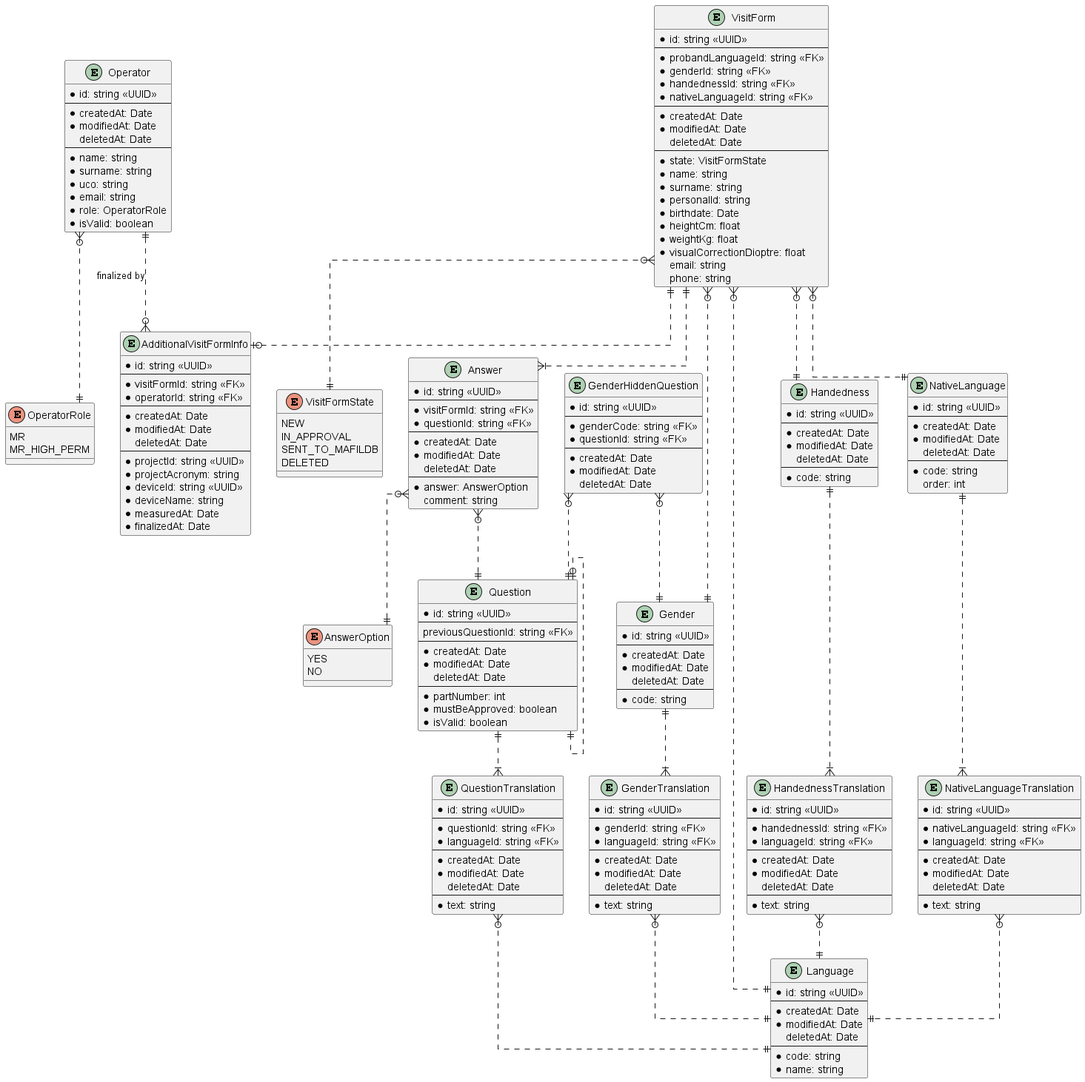
Earlier version of the PlantUML export docs/ERD.png (lukas-kratochvil/mafil-proband-safety-questionnaire).
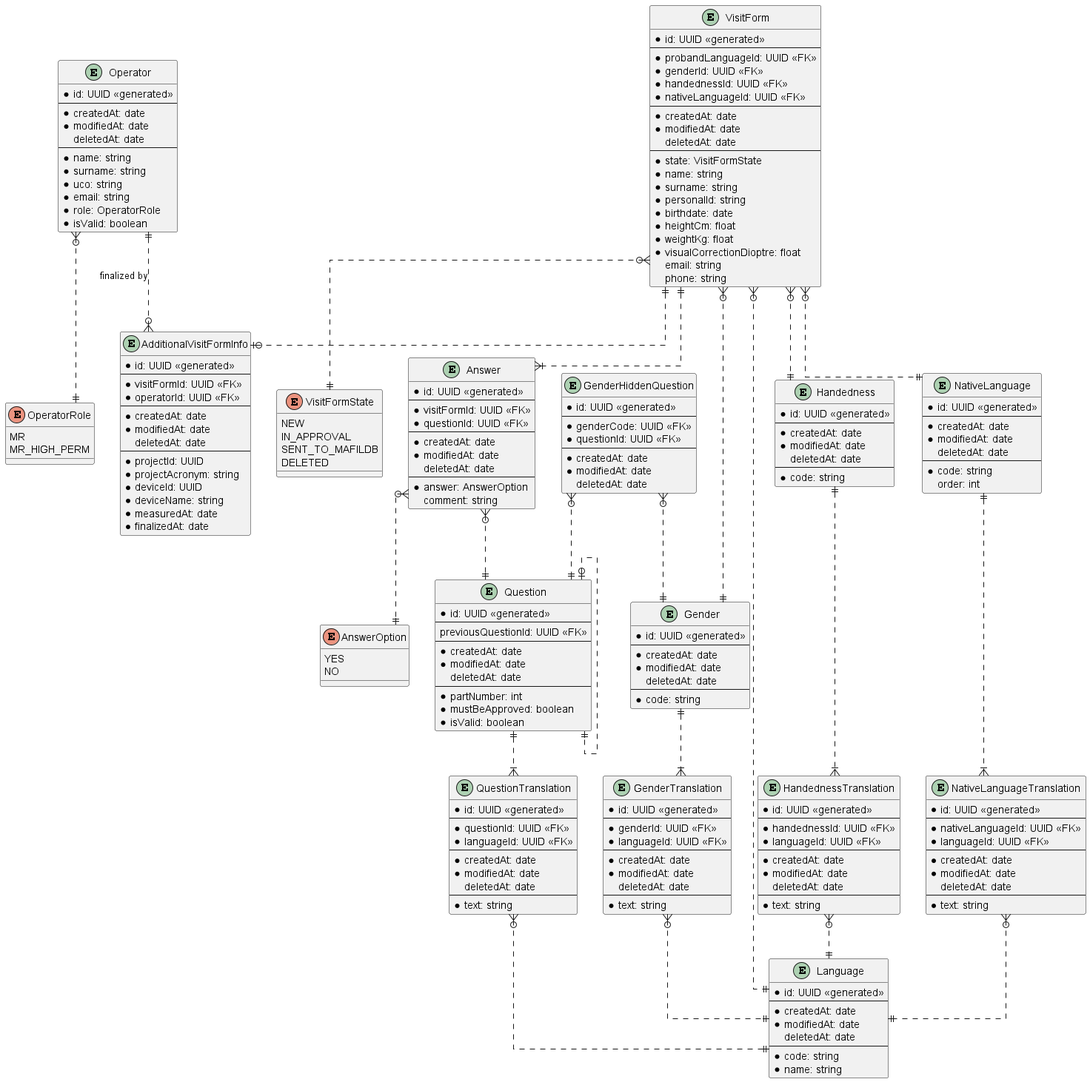
Above is the later version.

Commit message:
feat: corrected ERD attributes types

Diff of the diagram source:
```diff
@@ -1,13 +1,13 @@
-@startuml ProbandSafetyQuestionnaire
+@startuml ERD
 
 skinparam linetype ortho
 
 entity Operator {
-  * id: string <<UUID>>
+  * id: UUID <<generated>>
   ---
-  * createdAt: Date
-  * modifiedAt: Date
-  deletedAt: Date
+  * createdAt: date
+  * modifiedAt: date
+  deletedAt: date
   ---
   * name: string
   * surname: string
@@ -23,22 +23,22 @@
 }
 
 entity VisitForm {
-  * id: string <<UUID>>
+  * id: UUID <<generated>>
   ---
-  * probandLanguageId: string <<FK>>
-  * genderId: string <<FK>>
-  * handednessId: string <<FK>>
-  * nativeLanguageId: string <<FK>>
+  * probandLanguageId: UUID <<FK>>
+  * genderId: UUID <<FK>>
+  * handednessId: UUID <<FK>>
+  * nativeLanguageId: UUID <<FK>>
   ---
-  * createdAt: Date
-  * modifiedAt: Date
-  deletedAt: Date
+  * createdAt: date
+  * modifiedAt: date
+  deletedAt: date
   ---
   * state: VisitFormState
   * name: string
   * surname: string
   * personalId: string
-  * birthdate: Date
+  * birthdate: date
   * heightCm: float
   * weightKg: float
   * visualCorrectionDioptre: float
@@ -54,21 +54,21 @@
 }
 
 entity AdditionalVisitFormInfo {
-  * id: string <<UUID>>
+  * id: UUID <<generated>>
   ---
-  * visitFormId: string <<FK>>
-  * operatorId: string <<FK>>
+  * visitFormId: UUID <<FK>>
+  * operatorId: UUID <<FK>>
   ---
-  * createdAt: Date
-  * modifiedAt: Date
-  deletedAt: Date
+  * createdAt: date
+  * modifiedAt: date
+  deletedAt: date
   ---
-  * projectId: string <<UUID>>
+  * projectId: UUID
   * projectAcronym: string
-  * deviceId: string <<UUID>>
+  * deviceId: UUID
   * deviceName: string
-  * measuredAt: Date
-  * finalizedAt: Date
+  * measuredAt: date
+  * finalizedAt: date
 }
 
 enum AnswerOption {
@@ -77,27 +77,27 @@
 }
 
 entity Answer {
-  * id: string <<UUID>>
+  * id: UUID <<generated>>
   ---
-  * visitFormId: string <<FK>>
-  * questionId: string <<FK>>
+  * visitFormId: UUID <<FK>>
+  * questionId: UUID <<FK>>
   ---
-  * createdAt: Date
-  * modifiedAt: Date
-  deletedAt: Date
+  * createdAt: date
+  * modifiedAt: date
+  deletedAt: date
   ---
   * answer: AnswerOption
   comment: string
 }
 
 entity Question {
-  * id: string <<UUID>>
+  * id: UUID <<generated>>
   ---
-  previousQuestionId: string <<FK>>
+  previousQuestionId: UUID <<FK>>
   ---
-  * createdAt: Date
-  * modifiedAt: Date
-  deletedAt: Date
+  * createdAt: date
+  * modifiedAt: date
+  deletedAt: date
   ---
   * partNumber: int
   * mustBeApproved: boolean
@@ -105,105 +105,105 @@
 }
 
 entity QuestionTranslation {
-  * id: string <<UUID>>
+  * id: UUID <<generated>>
   ---
-  * questionId: string <<FK>>
-  * languageId: string <<FK>>
+  * questionId: UUID <<FK>>
+  * languageId: UUID <<FK>>
   ---
-  * createdAt: Date
-  * modifiedAt: Date
-  deletedAt: Date
+  * createdAt: date
+  * modifiedAt: date
+  deletedAt: date
   ---
   * text: string
 }
 
 entity GenderHiddenQuestion {
-  * id: string <<UUID>>
+  * id: UUID <<generated>>
   ---
-  * genderCode: string <<FK>>
-  * questionId: string <<FK>>
+  * genderCode: UUID <<FK>>
+  * questionId: UUID <<FK>>
   ---
-  * createdAt: Date
-  * modifiedAt: Date
-  deletedAt: Date
+  * createdAt: date
+  * modifiedAt: date
+  deletedAt: date
 }
 
 entity Gender {
-  * id: string <<UUID>>
+  * id: UUID <<generated>>
   ---
-  * createdAt: Date
-  * modifiedAt: Date
-  deletedAt: Date
+  * createdAt: date
+  * modifiedAt: date
+  deletedAt: date
   ---
   * code: string
 }
 
 entity GenderTranslation {
-  * id: string <<UUID>>
+  * id: UUID <<generated>>
   ---
-  * genderId: string <<FK>>
-  * languageId: string <<FK>>
+  * genderId: UUID <<FK>>
+  * languageId: UUID <<FK>>
   ---
-  * createdAt: Date
-  * modifiedAt: Date
-  deletedAt: Date
+  * createdAt: date
+  * modifiedAt: date
+  deletedAt: date
   ---
   * text: string
 }
 
 entity Handedness {
-  * id: string <<UUID>>
+  * id: UUID <<generated>>
   ---
-  * createdAt: Date
-  * modifiedAt: Date
-  deletedAt: Date
+  * createdAt: date
+  * modifiedAt: date
+  deletedAt: date
   ---
   * code: string
 }
 
 entity HandednessTranslation {
-  * id: string <<UUID>>
+  * id: UUID <<generated>>
   ---
-  * handednessId: string <<FK>>
-  * languageId: string <<FK>>
+  * handednessId: UUID <<FK>>
+  * languageId: UUID <<FK>>
   ---
-  * createdAt: Date
-  * modifiedAt: Date
-  deletedAt: Date
+  * createdAt: date
+  * modifiedAt: date
+  deletedAt: date
   ---
   * text: string
 }
 
 entity NativeLanguage {
-  * id: string <<UUID>>
+  * id: UUID <<generated>>
   ---
-  * createdAt: Date
-  * modifiedAt: Date
-  deletedAt: Date
+  * createdAt: date
+  * modifiedAt: date
+  deletedAt: date
   ---
   * code: string
   order: int
 }
 
 entity NativeLanguageTranslation {
-  * id: string <<UUID>>
+  * id: UUID <<generated>>
   ---
-  * nativeLanguageId: string <<FK>>
-  * languageId: string <<FK>>
+  * nativeLanguageId: UUID <<FK>>
+  * languageId: UUID <<FK>>
   ---
-  * createdAt: Date
-  * modifiedAt: Date
-  deletedAt: Date
+  * createdAt: date
+  * modifiedAt: date
+  deletedAt: date
   ---
   * text: string
 }
 
 entity Language {
-  * id: string <<UUID>>
+  * id: UUID <<generated>>
   ---
-  * createdAt: Date
-  * modifiedAt: Date
-  deletedAt: Date
+  * createdAt: date
+  * modifiedAt: date
+  deletedAt: date
   ---
   * code: string
   * name: string
```
